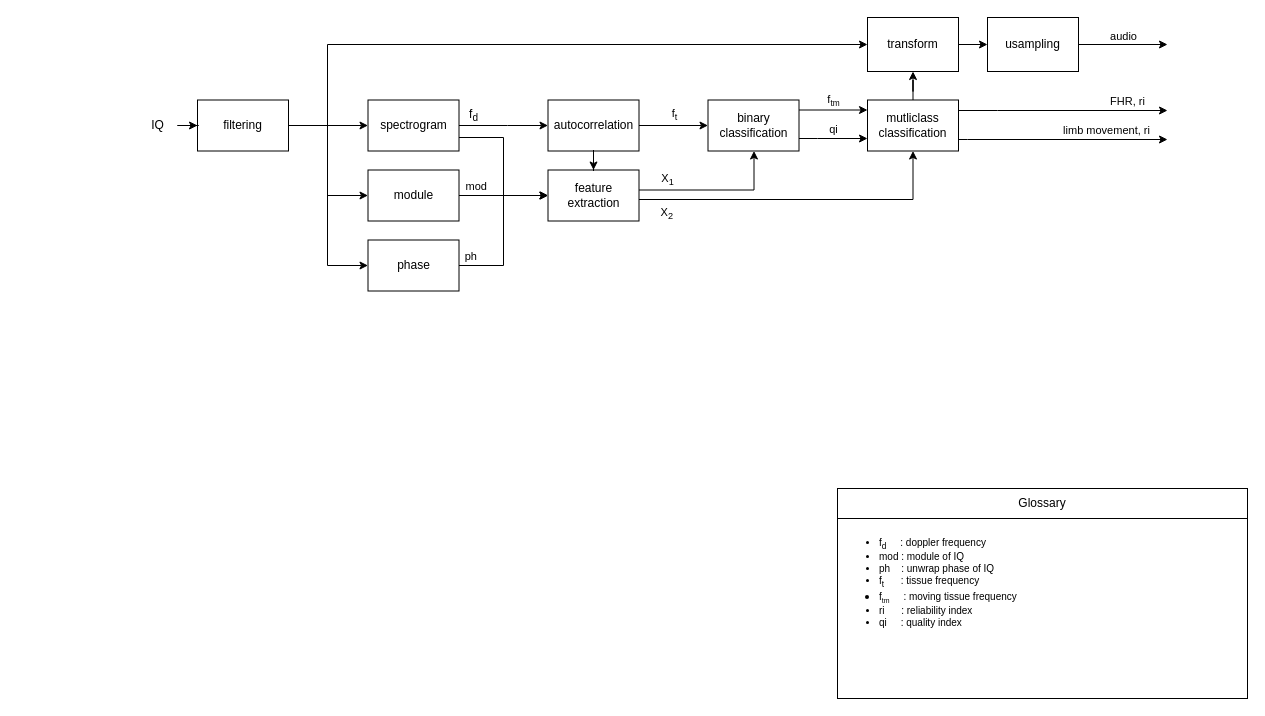
Before: page "pipeline" (1 of 2) of doc/pipeline.drawio in cneyton/libdsp, a draw.io diagram. Source tidied: cells renumbered, new cells numbered last; positions are measured from the earlier drawing's top-left corner, leaving out a move shared by most shapes. Both pictures are drawn from the tidied source at 100%, with x=0, y=0 at pixel (137, 17).
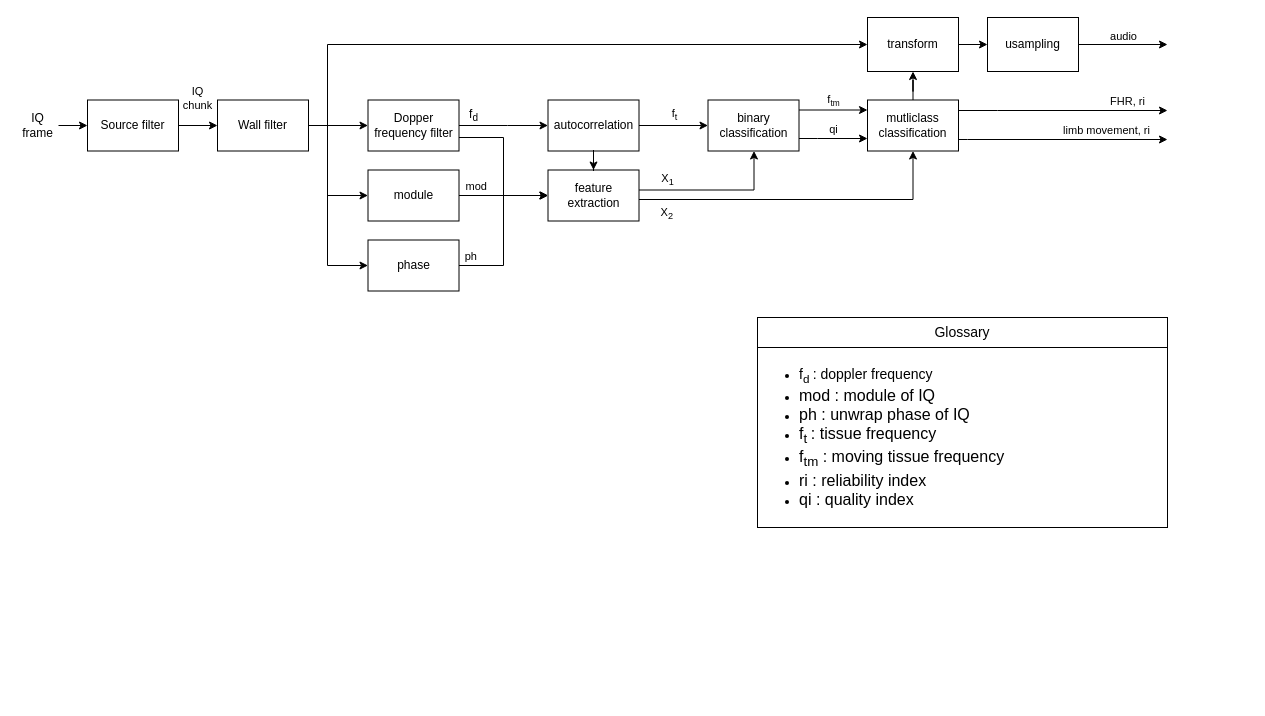
The same diagram, later.

Diff of the diagram source:
```diff
@@
-    <mxCell id="5" value="spectrogram" style="rounded=0;whiteSpace=wrap;html=1;horizontal=1;verticalAlign=middle;fillColor=none;" parent="1" vertex="1">
+    <mxCell id="5" value="Dopper frequency filter" style="rounded=0;whiteSpace=wrap;html=1;horizontal=1;verticalAlign=middle;fillColor=none;" parent="1" vertex="1">
       <mxGeometry x="230.5" y="82.5" width="91" height="51" as="geometry" />
     </mxCell>
@@
-    <mxCell id="26" value="Glossary" style="rounded=0;whiteSpace=wrap;html=1;horizontal=1;verticalAlign=middle;fillColor=none;" parent="1" vertex="1">
-      <mxGeometry x="700" y="471" width="410" height="30" as="geometry" />
+    <mxCell id="26" value="&lt;font style=&quot;font-size: 14px&quot;&gt;Glossary&lt;/font&gt;" style="rounded=0;whiteSpace=wrap;html=1;horizontal=1;verticalAlign=middle;fillColor=none;" parent="1" vertex="1">
+      <mxGeometry x="620" y="300" width="410" height="30" as="geometry" />
     </mxCell>
-    <mxCell id="27" value="&lt;ul&gt;&lt;li style=&quot;font-size: 10px&quot;&gt;f&lt;span style=&quot;font-size: 10px&quot;&gt;&lt;sub&gt;d&amp;nbsp; &amp;nbsp; &amp;nbsp;&amp;nbsp;&lt;/sub&gt;: doppler frequency&lt;/span&gt;&lt;/li&gt;&lt;li style=&quot;font-size: 10px&quot;&gt;&lt;span style=&quot;font-size: 10px&quot;&gt;mod : module of IQ&lt;/span&gt;&lt;/li&gt;&lt;li style=&quot;font-size: 10px&quot;&gt;&lt;span style=&quot;font-size: 10px&quot;&gt;ph&amp;nbsp; &amp;nbsp; : unwrap phase of IQ&lt;/span&gt;&lt;/li&gt;&lt;li style=&quot;font-size: 10px&quot;&gt;&lt;span style=&quot;font-size: 10px&quot;&gt;f&lt;sub&gt;t&lt;/sub&gt;&amp;nbsp; &amp;nbsp; &amp;nbsp; : tissue frequency&lt;/span&gt;&lt;/li&gt;&lt;li&gt;&lt;span style=&quot;font-size: 10px&quot;&gt;f&lt;/span&gt;&lt;span style=&quot;font-size: 8.33333px&quot;&gt;&lt;sub&gt;tm&lt;/sub&gt;&lt;/span&gt;&lt;span style=&quot;font-size: 10px&quot;&gt;&amp;nbsp; &amp;nbsp; &amp;nbsp;: moving tissue frequency&lt;/span&gt;&lt;/li&gt;&lt;li style=&quot;font-size: 10px&quot;&gt;&lt;span&gt;ri&amp;nbsp; &amp;nbsp; &amp;nbsp; : reliability index&lt;/span&gt;&lt;/li&gt;&lt;li style=&quot;font-size: 10px&quot;&gt;&lt;span&gt;qi&amp;nbsp; &amp;nbsp; &amp;nbsp;: quality index&lt;/span&gt;&lt;/li&gt;&lt;/ul&gt;" style="rounded=0;whiteSpace=wrap;html=1;horizontal=1;verticalAlign=top;fillColor=none;align=left;" parent="1" vertex="1">
-      <mxGeometry x="700" y="501" width="410" height="180" as="geometry" />
+    <mxCell id="27" value="&lt;ul&gt;&lt;li&gt;&lt;font style=&quot;font-size: 14px&quot;&gt;f&lt;sub&gt;d&amp;nbsp;&lt;/sub&gt;: doppler frequency&lt;/font&gt;&lt;/li&gt;&lt;li&gt;&lt;font size=&quot;3&quot;&gt;mod : module of IQ&lt;/font&gt;&lt;/li&gt;&lt;li&gt;&lt;font size=&quot;3&quot;&gt;ph : unwrap phase of IQ&lt;/font&gt;&lt;/li&gt;&lt;li&gt;&lt;font size=&quot;3&quot;&gt;f&lt;sub&gt;t&amp;nbsp;&lt;/sub&gt;: tissue frequency&lt;/font&gt;&lt;/li&gt;&lt;li&gt;&lt;font size=&quot;3&quot;&gt;f&lt;sub&gt;tm&lt;/sub&gt;&amp;nbsp;: moving tissue frequency&lt;/font&gt;&lt;/li&gt;&lt;li&gt;&lt;span&gt;&lt;font size=&quot;3&quot;&gt;ri : reliability index&lt;/font&gt;&lt;/span&gt;&lt;/li&gt;&lt;li&gt;&lt;font size=&quot;3&quot;&gt;qi : quality index&lt;/font&gt;&lt;/li&gt;&lt;/ul&gt;" style="rounded=0;whiteSpace=wrap;html=1;horizontal=1;verticalAlign=top;fillColor=none;align=left;" parent="1" vertex="1">
+      <mxGeometry x="620" y="330" width="410" height="180" as="geometry" />
     </mxCell>
@@
-    <mxCell id="29" value="filtering" style="rounded=0;whiteSpace=wrap;html=1;horizontal=1;verticalAlign=middle;fillColor=none;" parent="1" vertex="1">
-      <mxGeometry x="60" y="82.5" width="91" height="51" as="geometry" />
+    <mxCell id="29" value="Wall filter" style="rounded=0;whiteSpace=wrap;html=1;horizontal=1;verticalAlign=middle;fillColor=none;" parent="1" vertex="1">
+      <mxGeometry x="80" y="82.5" width="91" height="51" as="geometry" />
     </mxCell>
-    <mxCell id="30" style="edgeStyle=orthogonalEdgeStyle;rounded=0;jettySize=auto;html=1;" parent="1" edge="1" source="31" target="29">
-      <mxGeometry relative="1" as="geometry" />
-    </mxCell>
+    <mxCell id="36" style="edgeStyle=orthogonalEdgeStyle;rounded=0;jettySize=auto;html=1;fillColor=#000000;" parent="1" edge="1" source="31" target="38">
+      <mxGeometry relative="1" as="geometry" />
+    </mxCell>
-    <mxCell id="31" value="IQ" style="rounded=0;whiteSpace=wrap;html=1;horizontal=1;verticalAlign=middle;fillColor=none;strokeColor=none;" parent="1" vertex="1">
-      <mxGeometry y="82.5" width="41" height="51" as="geometry" />
+    <mxCell id="31" value="IQ frame" style="rounded=0;whiteSpace=wrap;html=1;horizontal=1;verticalAlign=middle;fillColor=none;strokeColor=none;" parent="1" vertex="1">
+      <mxGeometry x="-120" y="82.5" width="41" height="51" as="geometry" />
     </mxCell>
@@
+    <mxCell id="37" value="IQ&lt;br&gt;chunk" style="edgeStyle=orthogonalEdgeStyle;rounded=0;jettySize=auto;html=1;fillColor=#000000;" parent="1" edge="1" source="38" target="29">
+      <mxGeometry x="0.02" y="27" relative="1" as="geometry" />
+    </mxCell>
+    <mxCell id="38" value="Source filter" style="rounded=0;whiteSpace=wrap;html=1;horizontal=1;verticalAlign=middle;fillColor=none;" parent="1" vertex="1">
+      <mxGeometry x="-50" y="82.5" width="91" height="51" as="geometry" />
+    </mxCell>
```
